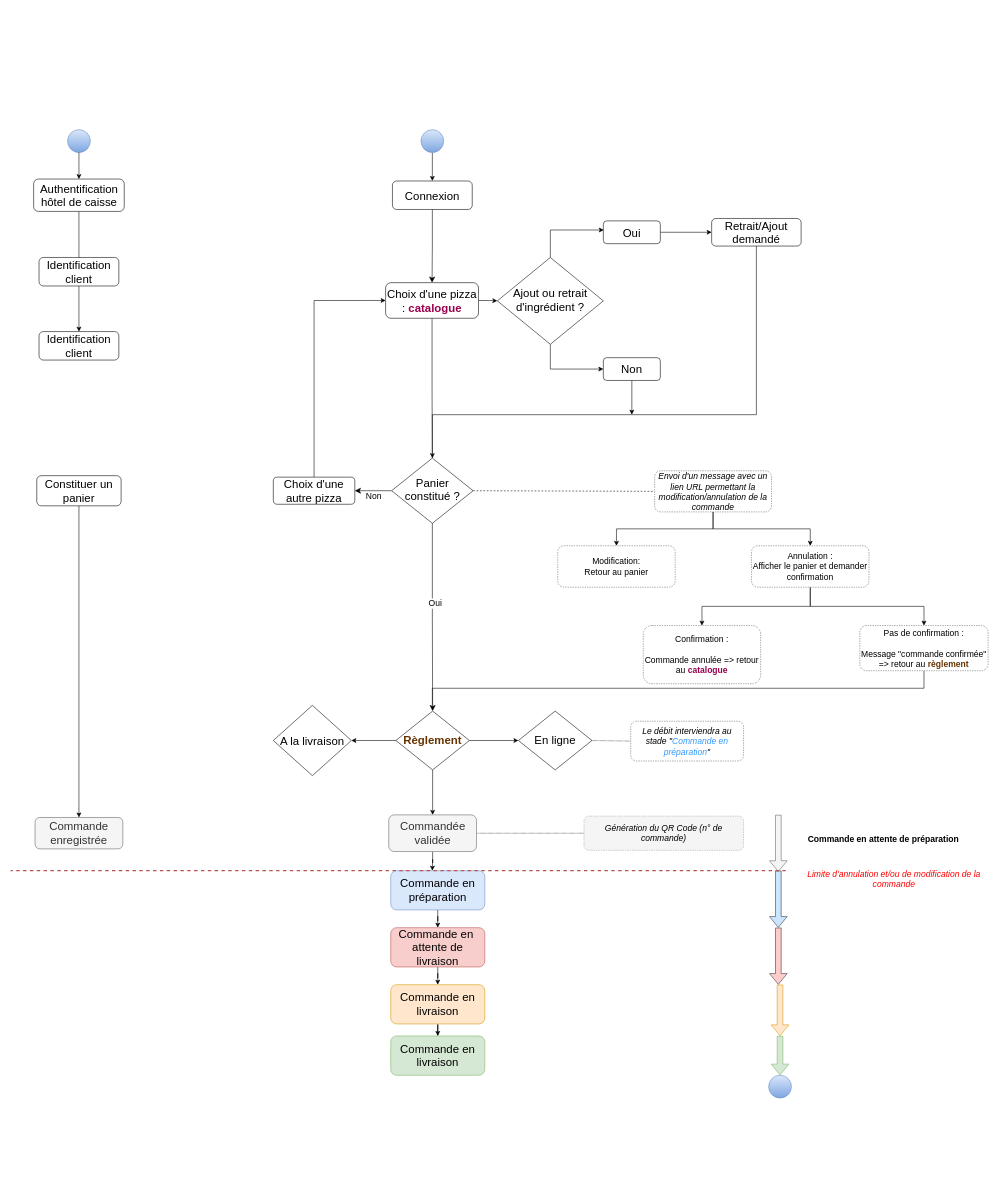
Before: Copy of Untitled Diagram.drawio in OMorlotti/P4-analyser-les-besoin-de-mon-client-pour-son-groupe-de-pizzerias, a draw.io diagram. Source tidied: cells renumbered, new cells numbered last; positions are measured from the earlier drawing's top-left corner, leaving out a move shared by most shapes. Both pictures are drawn from the tidied source at 57%, with x=0, y=0 at pixel (10, 10).
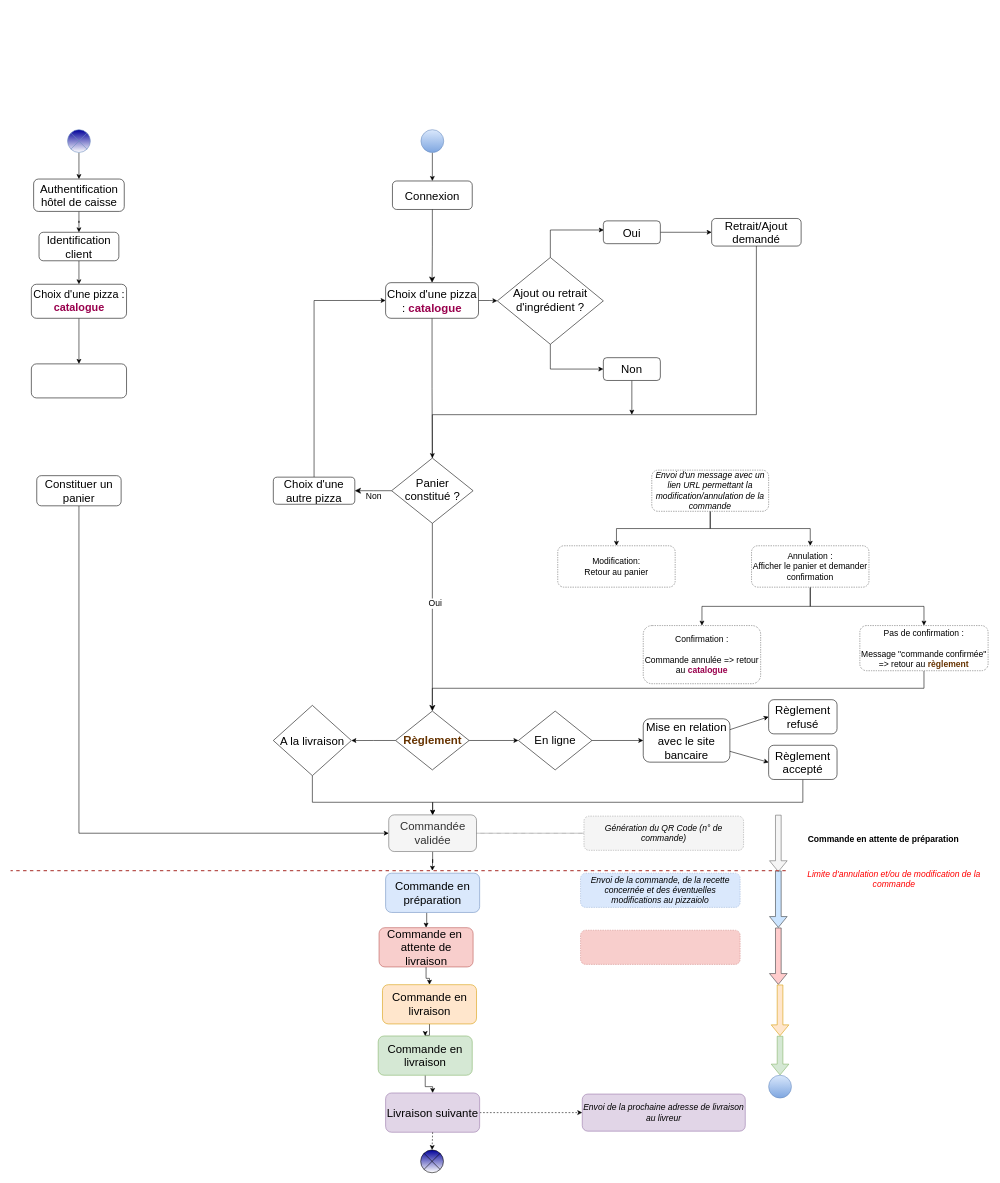
The same page after the edit.

The change refers to these unchanged cells:
```xml
<mxCell id="8" value="&lt;font style=&quot;font-size: 20px&quot;&gt;&lt;font style=&quot;font-size: 20px&quot;&gt;Panier constitué ?&lt;/font&gt;&lt;/font&gt;" style="rhombus;whiteSpace=wrap;html=1;shadow=0;fontFamily=Helvetica;fontSize=12;align=center;strokeWidth=1;spacing=6;spacingTop=-4;" parent="1" vertex="1">
  <mxGeometry x="668.5" y="786.2" width="143" height="114.4" as="geometry" />
</mxCell>
<mxCell id="14" value="&lt;font style=&quot;font-size: 20px&quot;&gt;En ligne&lt;/font&gt;" style="rhombus;whiteSpace=wrap;html=1;shadow=0;fontFamily=Helvetica;fontSize=12;align=center;strokeWidth=1;spacing=6;spacingTop=-4;" parent="1" vertex="1">
  <mxGeometry x="891" y="1230" width="129" height="103.2" as="geometry" />
</mxCell>
<mxCell id="26" value="&lt;font style=&quot;font-size: 20px&quot;&gt;Commandée validée&lt;/font&gt;" style="rounded=1;whiteSpace=wrap;html=1;direction=north;fillColor=#f5f5f5;strokeColor=#666666;fontColor=#333333;" parent="1" vertex="1">
  <mxGeometry x="663.5" y="1412.1" width="154" height="64.3" as="geometry" />
</mxCell>
<mxCell id="34" value="&lt;font style=&quot;font-size: 20px&quot;&gt;A la livraison&lt;/font&gt;" style="rhombus;whiteSpace=wrap;html=1;" parent="1" vertex="1">
  <mxGeometry x="461" y="1220" width="137" height="123.3" as="geometry" />
</mxCell>
<mxCell id="67" value="&lt;span style=&quot;font-size: 20px&quot;&gt;Authentification hôtel de caisse&lt;/span&gt;" style="rounded=1;whiteSpace=wrap;html=1;fontSize=12;glass=0;strokeWidth=1;shadow=0;" parent="1" vertex="1">
  <mxGeometry x="40.5" y="296.6" width="159" height="56.8" as="geometry" />
</mxCell>
<mxCell id="69" value="&lt;font style=&quot;font-size: 20px&quot;&gt;Constituer un panier&lt;/font&gt;" style="rounded=1;whiteSpace=wrap;html=1;fontSize=12;glass=0;strokeWidth=1;shadow=0;" parent="1" vertex="1">
  <mxGeometry x="46" y="817" width="148" height="52.9" as="geometry" />
</mxCell>
```

The edit, as a diff of the source:
```diff
@@
-    <mxCell id="11" style="edgeStyle=orthogonalEdgeStyle;rounded=0;jettySize=auto;html=1;" parent="1" edge="1" source="61" target="26">
-      <mxGeometry relative="1" as="geometry" />
-    </mxCell>
@@
+    <mxCell id="74" style="edgeStyle=orthogonalEdgeStyle;rounded=0;jettySize=auto;html=1;entryX=0;entryY=0.5;entryDx=0;entryDy=0;" parent="1" edge="1" source="14" target="88">
+      <mxGeometry relative="1" as="geometry" />
+    </mxCell>
@@
-    <mxCell id="27" style="edgeStyle=orthogonalEdgeStyle;rounded=0;jettySize=auto;html=1;startArrow=none;startFill=0;endArrow=classic;endFill=1;strokeWidth=1;" parent="1" edge="1" source="28" target="30">
+    <mxCell id="27" style="edgeStyle=orthogonalEdgeStyle;rounded=0;jettySize=auto;html=1;startArrow=none;startFill=0;endArrow=classic;endFill=1;strokeWidth=1;exitX=-0.006;exitY=0.437;exitDx=0;exitDy=0;exitPerimeter=0;" parent="1" edge="1" source="28" target="30">
       <mxGeometry relative="1" as="geometry" />
     </mxCell>
     <mxCell id="28" value="&lt;font style=&quot;font-size: 20px&quot;&gt;Commande en préparation&lt;/font&gt;" style="rounded=1;whiteSpace=wrap;html=1;direction=north;fillColor=#dae8fc;strokeColor=#6c8ebf;" parent="1" vertex="1">
-      <mxGeometry x="667" y="1510" width="165" height="68.9" as="geometry" />
+      <mxGeometry x="658" y="1514.4" width="165" height="68.9" as="geometry" />
     </mxCell>
@@
     <mxCell id="30" value="&lt;font style=&quot;font-size: 20px&quot;&gt;Commande en&amp;nbsp; attente de livraison&lt;/font&gt;" style="rounded=1;whiteSpace=wrap;html=1;direction=north;fillColor=#f8cecc;strokeColor=#b85450;" parent="1" vertex="1">
-      <mxGeometry x="667" y="1610" width="165" height="68.9" as="geometry" />
+      <mxGeometry x="646.5" y="1610" width="165" height="68.9" as="geometry" />
     </mxCell>
@@
     <mxCell id="32" value="&lt;font style=&quot;font-size: 20px&quot;&gt;Commande en livraison&lt;/font&gt;" style="rounded=1;whiteSpace=wrap;html=1;direction=north;fillColor=#ffe6cc;strokeColor=#d79b00;" parent="1" vertex="1">
-      <mxGeometry x="667" y="1710" width="165" height="68.9" as="geometry" />
+      <mxGeometry x="652.5" y="1710" width="165" height="68.9" as="geometry" />
     </mxCell>
+    <mxCell id="75" style="edgeStyle=orthogonalEdgeStyle;rounded=0;jettySize=auto;html=1;" parent="1" edge="1" source="33" target="77">
+      <mxGeometry relative="1" as="geometry" />
+    </mxCell>
     <mxCell id="33" value="&lt;font style=&quot;font-size: 20px&quot;&gt;Commande en livraison&lt;/font&gt;" style="rounded=1;whiteSpace=wrap;html=1;direction=north;fillColor=#d5e8d4;strokeColor=#82b366;" parent="1" vertex="1">
-      <mxGeometry x="667" y="1800" width="165" height="68.9" as="geometry" />
+      <mxGeometry x="645" y="1800" width="165" height="68.9" as="geometry" />
     </mxCell>
+    <mxCell id="76" style="edgeStyle=orthogonalEdgeStyle;rounded=0;jettySize=auto;html=1;dashed=1;" parent="1" edge="1" source="77" target="78">
+      <mxGeometry relative="1" as="geometry" />
+    </mxCell>
+    <mxCell id="77" value="&lt;span style=&quot;font-size: 20px&quot;&gt;Livraison suivante&lt;/span&gt;" style="rounded=1;whiteSpace=wrap;html=1;direction=north;fillColor=#e1d5e7;strokeColor=#9673a6;" parent="1" vertex="1">
+      <mxGeometry x="658" y="1900" width="165" height="68.9" as="geometry" />
+    </mxCell>
+    <mxCell id="78" value="&lt;font style=&quot;font-size: 15px&quot;&gt;&lt;i&gt;Envoi de la prochaine adresse de livraison au livreur&lt;/i&gt;&lt;/font&gt;" style="rounded=1;whiteSpace=wrap;html=1;direction=north;fillColor=#e1d5e7;strokeColor=#9673a6;" parent="1" vertex="1">
+      <mxGeometry x="1003" y="1901.9" width="286" height="65.1" as="geometry" />
+    </mxCell>
+    <mxCell id="79" style="edgeStyle=orthogonalEdgeStyle;rounded=0;jettySize=auto;html=1;entryX=1;entryY=0.5;entryDx=0;entryDy=0;" parent="1" edge="1" source="34" target="26">
+      <mxGeometry relative="1" as="geometry">
+        <Array as="points">
+          <mxPoint x="530" y="1390" />
+          <mxPoint x="741" y="1390" />
+        </Array>
+      </mxGeometry>
+    </mxCell>
@@
-    <mxCell id="48" style="endArrow=none;html=1;entryX=0;entryY=0.5;entryDx=0;entryDy=0;exitX=1;exitY=0.5;exitDx=0;exitDy=0;dashed=1;dashPattern=1 1;" parent="1" edge="1" source="14" target="62">
-      <mxGeometry relative="1" as="geometry" />
-    </mxCell>
@@
-    <mxCell id="50" style="endArrow=none;dashed=1;html=1;exitX=1;exitY=0.5;exitDx=0;exitDy=0;entryX=0;entryY=0.5;entryDx=0;entryDy=0;" parent="1" edge="1" source="8" target="53">
-      <mxGeometry relative="1" as="geometry" />
-    </mxCell>
@@
     <mxCell id="53" value="&lt;font color=&quot;#000000&quot; size=&quot;1&quot;&gt;&lt;i style=&quot;font-size: 15px&quot;&gt;Envoi d'un message avec un lien URL permettant la modification/annulation de la commande&lt;/i&gt;&lt;/font&gt;" style="rounded=1;whiteSpace=wrap;html=1;fontColor=#FF99CC;dashed=1;dashPattern=1 2;" parent="1" vertex="1">
-      <mxGeometry x="1130" y="808.4" width="205" height="72.2" as="geometry" />
+      <mxGeometry x="1125" y="807.3" width="205" height="72.2" as="geometry" />
     </mxCell>
@@
     <mxCell id="61" value="&lt;font style=&quot;font-size: 20px&quot; color=&quot;#663300&quot;&gt;&lt;b&gt;Règlement&lt;/b&gt;&lt;/font&gt;" style="rhombus;whiteSpace=wrap;html=1;shadow=0;fontFamily=Helvetica;fontSize=12;align=center;strokeWidth=1;spacing=6;spacingTop=-4;" parent="1" vertex="1">
-      <mxGeometry x="676" y="1230" width="129" height="103.2" as="geometry" />
+      <mxGeometry x="675.5" y="1230" width="129" height="103.2" as="geometry" />
     </mxCell>
-    <mxCell id="62" value="&lt;i style=&quot;color: rgb(0 , 0 , 0) ; font-size: 15px&quot;&gt;Le débit interviendra au stade &quot;&lt;/i&gt;&lt;i style=&quot;font-size: 15px&quot;&gt;&lt;font color=&quot;#3399ff&quot;&gt;Commande en préparation&lt;/font&gt;&lt;/i&gt;&lt;i style=&quot;color: rgb(0 , 0 , 0) ; font-size: 15px&quot;&gt;&quot;&lt;/i&gt;" style="rounded=1;whiteSpace=wrap;html=1;fontColor=#FF99CC;dashed=1;dashPattern=1 2;" parent="1" vertex="1">
-      <mxGeometry x="1088" y="1247.8" width="198" height="69.8" as="geometry" />
-    </mxCell>
@@
-    <mxCell id="64" style="ellipse;whiteSpace=wrap;html=1;fillColor=#dae8fc;gradientColor=#7ea6e0;strokeColor=#6c8ebf;" parent="1" vertex="1">
-      <mxGeometry x="100" y="210" width="40" height="40" as="geometry" />
-    </mxCell>
-    <mxCell id="65" style="endArrow=classic;html=1;exitX=0.5;exitY=1;exitDx=0;exitDy=0;entryX=0.5;entryY=0;entryDx=0;entryDy=0;" parent="1" edge="1" source="64" target="67">
+    <mxCell id="65" style="endArrow=classic;html=1;exitX=0.5;exitY=1;exitDx=0;exitDy=0;entryX=0.5;entryY=0;entryDx=0;entryDy=0;" parent="1" edge="1" source="83" target="67">
       <mxGeometry relative="1" as="geometry" />
     </mxCell>
-    <mxCell id="66" style="edgeStyle=orthogonalEdgeStyle;rounded=0;jettySize=auto;html=1;" parent="1" edge="1" source="67">
-      <mxGeometry relative="1" as="geometry">
-        <mxPoint x="120" y="480" as="targetPoint" />
-      </mxGeometry>
+    <mxCell id="66" style="edgeStyle=orthogonalEdgeStyle;rounded=0;jettySize=auto;html=1;entryX=0.5;entryY=0;entryDx=0;entryDy=0;" parent="1" edge="1" source="67" target="72">
+      <mxGeometry relative="1" as="geometry" />
     </mxCell>
@@
-    <mxCell id="68" style="edgeStyle=orthogonalEdgeStyle;rounded=0;jettySize=auto;html=1;" parent="1" edge="1" source="69" target="70">
-      <mxGeometry relative="1" as="geometry" />
-    </mxCell>
+    <mxCell id="80" style="edgeStyle=orthogonalEdgeStyle;rounded=0;jettySize=auto;html=1;entryX=0.5;entryY=0;entryDx=0;entryDy=0;" parent="1" edge="1" source="69" target="26">
+      <mxGeometry relative="1" as="geometry">
+        <Array as="points">
+          <mxPoint x="120" y="1444" />
+        </Array>
+      </mxGeometry>
+    </mxCell>
@@
-    <mxCell id="70" value="&lt;font style=&quot;font-size: 20px&quot;&gt;Commande enregistrée&lt;/font&gt;" style="rounded=1;whiteSpace=wrap;html=1;fontSize=12;glass=0;strokeWidth=1;shadow=0;fillColor=#f5f5f5;strokeColor=#666666;fontColor=#333333;" parent="1" vertex="1">
-      <mxGeometry x="43" y="1416.7" width="154" height="55" as="geometry" />
-    </mxCell>
@@
     <mxCell id="72" value="&lt;font style=&quot;font-size: 20px&quot;&gt;Identification client&lt;/font&gt;" style="rounded=1;whiteSpace=wrap;html=1;fontSize=12;glass=0;strokeWidth=1;shadow=0;" parent="1" vertex="1">
-      <mxGeometry x="50" y="434.2" width="140" height="50" as="geometry" />
+      <mxGeometry x="50" y="390" width="140" height="50" as="geometry" />
     </mxCell>
+    <mxCell id="81" style="edgeStyle=orthogonalEdgeStyle;rounded=0;jettySize=auto;html=1;" parent="1" edge="1" source="73" target="82">
+      <mxGeometry relative="1" as="geometry" />
+    </mxCell>
-    <mxCell id="73" value="&lt;font style=&quot;font-size: 20px&quot;&gt;Identification client&lt;/font&gt;" style="rounded=1;whiteSpace=wrap;html=1;fontSize=12;glass=0;strokeWidth=1;shadow=0;" parent="1" vertex="1">
-      <mxGeometry x="50" y="564.2" width="140" height="50" as="geometry" />
+    <mxCell id="73" value="&lt;font style=&quot;font-size: 19px&quot;&gt;Choix d'une pizza : &lt;font color=&quot;#99004d&quot;&gt;&lt;b&gt;catalogue&lt;/b&gt;&lt;/font&gt;&lt;/font&gt;" style="rounded=1;whiteSpace=wrap;html=1;fontSize=12;glass=0;strokeWidth=1;shadow=0;" parent="1" vertex="1">
+      <mxGeometry x="36.5" y="481.2" width="167" height="59.7" as="geometry" />
     </mxCell>
+    <mxCell id="82" style="rounded=1;whiteSpace=wrap;html=1;fontSize=12;glass=0;strokeWidth=1;shadow=0;" parent="1" vertex="1">
+      <mxGeometry x="36.5" y="620.9" width="167" height="59.7" as="geometry" />
+    </mxCell>
+    <mxCell id="83" style="shape=sumEllipse;perimeter=ellipsePerimeter;whiteSpace=wrap;html=1;backgroundOutline=1;fillColor=#000099;strokeColor=#6c8ebf;gradientColor=#ffffff;" parent="1" vertex="1">
+      <mxGeometry x="100" y="210" width="40" height="40" as="geometry" />
+    </mxCell>
+    <mxCell id="84" style="shape=sumEllipse;perimeter=ellipsePerimeter;whiteSpace=wrap;html=1;backgroundOutline=1;fillColor=#000099;gradientColor=#ffffff;" parent="1" vertex="1">
+      <mxGeometry x="719.5" y="2000" width="40" height="40" as="geometry" />
+    </mxCell>
+    <mxCell id="85" value="&lt;span style=&quot;font-size: 15px&quot;&gt;&lt;i&gt;Envoi de la commande, de la recette concernée et des éventuelles modifications au pizzaiolo&lt;/i&gt;&lt;/span&gt;" style="rounded=1;whiteSpace=wrap;html=1;direction=north;fillColor=#dae8fc;strokeColor=#6c8ebf;dashed=1;dashPattern=1 2;" parent="1" vertex="1">
+      <mxGeometry x="1000" y="1514.4" width="280" height="60" as="geometry" />
+    </mxCell>
+    <mxCell id="86" style="rounded=1;whiteSpace=wrap;html=1;direction=north;fillColor=#f8cecc;strokeColor=#b85450;dashed=1;dashPattern=1 2;" parent="1" vertex="1">
+      <mxGeometry x="1000" y="1614.4" width="280" height="60" as="geometry" />
+    </mxCell>
+    <mxCell id="87" style="endArrow=classic;html=1;dashed=1;entryX=0.5;entryY=0;entryDx=0;entryDy=0;exitX=0;exitY=0.5;exitDx=0;exitDy=0;" parent="1" edge="1" source="77" target="84">
+      <mxGeometry relative="1" as="geometry" />
+    </mxCell>
+    <mxCell id="88" value="&lt;font style=&quot;font-size: 20px&quot;&gt;Mise en relation avec le site bancaire&lt;/font&gt;" style="rounded=1;whiteSpace=wrap;html=1;fillColor=#FFFFFF;gradientColor=none;" parent="1" vertex="1">
+      <mxGeometry x="1110" y="1243.6" width="152" height="76" as="geometry" />
+    </mxCell>
+    <mxCell id="89" value="&lt;font style=&quot;font-size: 20px&quot;&gt;Règlement refusé&lt;/font&gt;" style="rounded=1;whiteSpace=wrap;html=1;fillColor=#FFFFFF;gradientColor=none;" parent="1" vertex="1">
+      <mxGeometry x="1330" y="1210" width="120" height="60" as="geometry" />
+    </mxCell>
+    <mxCell id="90" style="edgeStyle=orthogonalEdgeStyle;rounded=0;jettySize=auto;html=1;entryX=1;entryY=0.5;entryDx=0;entryDy=0;" parent="1" edge="1" source="91" target="26">
+      <mxGeometry relative="1" as="geometry">
+        <Array as="points">
+          <mxPoint x="1390" y="1390" />
+          <mxPoint x="741" y="1390" />
+        </Array>
+      </mxGeometry>
+    </mxCell>
+    <mxCell id="91" value="&lt;font style=&quot;font-size: 20px&quot;&gt;Règlement accepté&lt;/font&gt;" style="rounded=1;whiteSpace=wrap;html=1;fillColor=#FFFFFF;gradientColor=none;" parent="1" vertex="1">
+      <mxGeometry x="1330" y="1290" width="120" height="60" as="geometry" />
+    </mxCell>
+    <mxCell id="92" style="endArrow=classic;html=1;exitX=1;exitY=0.25;exitDx=0;exitDy=0;entryX=0;entryY=0.5;entryDx=0;entryDy=0;" parent="1" edge="1" source="88" target="89">
+      <mxGeometry relative="1" as="geometry" />
+    </mxCell>
+    <mxCell id="93" style="endArrow=classic;html=1;entryX=0;entryY=0.5;entryDx=0;entryDy=0;exitX=1;exitY=0.75;exitDx=0;exitDy=0;" parent="1" edge="1" source="88" target="91">
+      <mxGeometry relative="1" as="geometry" />
+    </mxCell>
```
